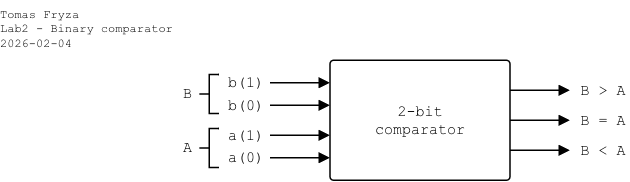
tomas-fryza/verilog-examples keeps this draw.io diagram as lab2-comparator/images/two-bit-comparator.png. Above is the earlier version. Source tidied: cells renumbered, new cells last; positions are measured from the earlier drawing's top-left corner, leaving out a move shared by most shapes. Source of this version:
```xml
<mxGraphModel>
  <root>
    <mxCell id="0" />
    <mxCell id="1" parent="0" />
    <mxCell id="2" style="strokeWidth=1;html=1;shape=mxgraph.flowchart.annotation_2;align=left;labelPosition=right;fontSize=10;fontFamily=Courier New;" parent="1" vertex="1">
      <mxGeometry x="133" y="49.5" width="13" height="26" as="geometry" />
    </mxCell>
    <mxCell id="3" value="&lt;div&gt;2-bit&lt;/div&gt;&lt;div&gt;comparator&lt;br&gt;&lt;/div&gt;" style="rounded=1;arcSize=3;whiteSpace=wrap;html=1;align=center;verticalAlign=middle;fontFamily=Courier New;absoluteArcSize=0;fillColor=none;fontSize=10;spacingLeft=0;imageHeight=24;spacing=0;" parent="1" vertex="1">
      <mxGeometry x="220" y="40" width="120" height="80" as="geometry" />
    </mxCell>
    <mxCell id="4" value="b(1)" style="text;html=1;align=left;verticalAlign=middle;whiteSpace=wrap;rounded=0;fontFamily=Courier New;fontSize=10;fillOpacity=100;spacing=2;spacingLeft=0;" parent="1" vertex="1">
      <mxGeometry x="150" y="45" width="30" height="20" as="geometry" />
    </mxCell>
    <mxCell id="5" style="endArrow=block;html=1;rounded=0;endFill=1;orthogonal=1;endSize=5;startSize=5;" parent="1" edge="1">
      <mxGeometry relative="1" as="geometry">
        <mxPoint x="340" y="80" as="sourcePoint" />
        <mxPoint x="380" y="80" as="targetPoint" />
      </mxGeometry>
    </mxCell>
    <mxCell id="6" value="B = A" style="text;html=1;align=left;verticalAlign=middle;whiteSpace=wrap;rounded=0;fontFamily=Courier New;fontSize=10;fillOpacity=100;spacing=2;spacingLeft=5;" parent="1" vertex="1">
      <mxGeometry x="380" y="70" width="40" height="20" as="geometry" />
    </mxCell>
    <mxCell id="7" style="endArrow=block;html=1;rounded=0;endFill=1;endSize=5;startSize=5;" parent="1" edge="1">
      <mxGeometry relative="1" as="geometry">
        <mxPoint x="180" y="90" as="sourcePoint" />
        <mxPoint x="220" y="90" as="targetPoint" />
      </mxGeometry>
    </mxCell>
    <mxCell id="8" style="endArrow=block;html=1;rounded=0;endFill=1;endSize=5;startSize=5;" parent="1" edge="1">
      <mxGeometry relative="1" as="geometry">
        <mxPoint x="180" y="55" as="sourcePoint" />
        <mxPoint x="220" y="55" as="targetPoint" />
      </mxGeometry>
    </mxCell>
    <mxCell id="9" style="endArrow=block;html=1;rounded=0;endFill=1;endSize=5;startSize=5;" parent="1" edge="1">
      <mxGeometry relative="1" as="geometry">
        <mxPoint x="180" y="70" as="sourcePoint" />
        <mxPoint x="220" y="70" as="targetPoint" />
      </mxGeometry>
    </mxCell>
    <mxCell id="10" style="endArrow=block;html=1;rounded=0;endFill=1;endSize=5;startSize=5;" parent="1" edge="1">
      <mxGeometry relative="1" as="geometry">
        <mxPoint x="180" y="105" as="sourcePoint" />
        <mxPoint x="220" y="105" as="targetPoint" />
      </mxGeometry>
    </mxCell>
    <mxCell id="11" style="endArrow=block;html=1;rounded=0;endFill=1;orthogonal=1;endSize=5;startSize=5;" parent="1" edge="1">
      <mxGeometry relative="1" as="geometry">
        <mxPoint x="340" y="60" as="sourcePoint" />
        <mxPoint x="380" y="60" as="targetPoint" />
      </mxGeometry>
    </mxCell>
    <mxCell id="12" style="endArrow=block;html=1;rounded=0;endFill=1;orthogonal=1;endSize=5;startSize=5;" parent="1" edge="1">
      <mxGeometry relative="1" as="geometry">
        <mxPoint x="340" y="100" as="sourcePoint" />
        <mxPoint x="380" y="100" as="targetPoint" />
      </mxGeometry>
    </mxCell>
    <mxCell id="13" value="b(0)" style="text;html=1;align=left;verticalAlign=middle;whiteSpace=wrap;rounded=0;fontFamily=Courier New;fontSize=10;fillOpacity=100;spacing=2;spacingLeft=0;" parent="1" vertex="1">
      <mxGeometry x="150" y="60" width="30" height="20" as="geometry" />
    </mxCell>
    <mxCell id="14" value="a(1)" style="text;html=1;align=left;verticalAlign=middle;whiteSpace=wrap;rounded=0;fontFamily=Courier New;fontSize=10;fillOpacity=100;spacing=2;spacingLeft=0;" parent="1" vertex="1">
      <mxGeometry x="150" y="80" width="30" height="20" as="geometry" />
    </mxCell>
    <mxCell id="15" value="a(0)" style="text;html=1;align=left;verticalAlign=middle;whiteSpace=wrap;rounded=0;fontFamily=Courier New;fontSize=10;fillOpacity=100;spacing=2;spacingLeft=0;" parent="1" vertex="1">
      <mxGeometry x="150" y="95" width="30" height="20" as="geometry" />
    </mxCell>
    <mxCell id="16" value="B &amp;lt; A" style="text;html=1;align=left;verticalAlign=middle;whiteSpace=wrap;rounded=0;fontFamily=Courier New;fontSize=10;fillOpacity=100;spacing=2;spacingLeft=5;" parent="1" vertex="1">
      <mxGeometry x="380" y="90" width="40" height="20" as="geometry" />
    </mxCell>
    <mxCell id="17" value="B &amp;gt; A" style="text;html=1;align=left;verticalAlign=middle;whiteSpace=wrap;rounded=0;fontFamily=Courier New;fontSize=10;fillOpacity=100;spacing=2;spacingLeft=5;" parent="1" vertex="1">
      <mxGeometry x="380" y="50" width="40" height="20" as="geometry" />
    </mxCell>
    <mxCell id="18" value="B" style="text;html=1;align=left;verticalAlign=middle;whiteSpace=wrap;rounded=0;fontFamily=Courier New;fontSize=10;fillOpacity=100;spacing=2;spacingLeft=0;" parent="1" vertex="1">
      <mxGeometry x="120" y="52" width="20" height="20" as="geometry" />
    </mxCell>
    <mxCell id="19" style="strokeWidth=1;html=1;shape=mxgraph.flowchart.annotation_2;align=left;labelPosition=right;fontSize=10;fontFamily=Courier New;" parent="1" vertex="1">
      <mxGeometry x="133" y="85.5" width="13" height="26" as="geometry" />
    </mxCell>
    <mxCell id="20" value="A" style="text;html=1;align=left;verticalAlign=middle;whiteSpace=wrap;rounded=0;fontFamily=Courier New;fontSize=10;fillOpacity=100;spacing=2;spacingLeft=0;" parent="1" vertex="1">
      <mxGeometry x="120" y="88" width="20" height="20" as="geometry" />
    </mxCell>
    <mxCell id="21" value="&lt;div&gt;Tomas Fryza&lt;/div&gt;&lt;div&gt;Lab2 - Binary comparator&lt;/div&gt;&lt;div&gt;2026-02-04&lt;/div&gt;" style="text;html=1;align=left;verticalAlign=top;whiteSpace=wrap;rounded=0;fontFamily=Courier New;fontSize=8;fillOpacity=100;spacing=0;spacingLeft=0;" parent="1" vertex="1">
      <mxGeometry width="170" height="40" as="geometry" />
    </mxCell>
  </root>
</mxGraphModel>
```
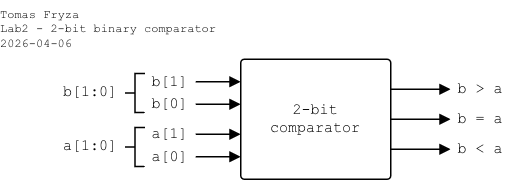
The same diagram one commit later.

The edit, as a diff of the source:
```diff
@@ -3,85 +3,85 @@
     <mxCell id="0" />
     <mxCell id="1" parent="0" />
     <mxCell id="2" style="strokeWidth=1;html=1;shape=mxgraph.flowchart.annotation_2;align=left;labelPosition=right;fontSize=10;fontFamily=Courier New;" parent="1" vertex="1">
-      <mxGeometry x="133" y="49.5" width="13" height="26" as="geometry" />
+      <mxGeometry x="-237" y="-1071.5" width="13" height="26" as="geometry" />
     </mxCell>
     <mxCell id="3" value="&lt;div&gt;2-bit&lt;/div&gt;&lt;div&gt;comparator&lt;br&gt;&lt;/div&gt;" style="rounded=1;arcSize=3;whiteSpace=wrap;html=1;align=center;verticalAlign=middle;fontFamily=Courier New;absoluteArcSize=0;fillColor=none;fontSize=10;spacingLeft=0;imageHeight=24;spacing=0;" parent="1" vertex="1">
-      <mxGeometry x="220" y="40" width="120" height="80" as="geometry" />
+      <mxGeometry x="-160" y="-1081" width="100" height="80" as="geometry" />
     </mxCell>
-    <mxCell id="4" value="b(1)" style="text;html=1;align=left;verticalAlign=middle;whiteSpace=wrap;rounded=0;fontFamily=Courier New;fontSize=10;fillOpacity=100;spacing=2;spacingLeft=0;" parent="1" vertex="1">
-      <mxGeometry x="150" y="45" width="30" height="20" as="geometry" />
+    <mxCell id="4" value="b[1]" style="text;html=1;align=right;verticalAlign=middle;whiteSpace=wrap;rounded=0;fontFamily=Courier New;fontSize=10;fillOpacity=100;spacing=0;spacingLeft=0;spacingRight=5;" parent="1" vertex="1">
+      <mxGeometry x="-220" y="-1076" width="30" height="20" as="geometry" />
     </mxCell>
     <mxCell id="5" style="endArrow=block;html=1;rounded=0;endFill=1;orthogonal=1;endSize=5;startSize=5;" parent="1" edge="1">
       <mxGeometry relative="1" as="geometry">
-        <mxPoint x="340" y="80" as="sourcePoint" />
-        <mxPoint x="380" y="80" as="targetPoint" />
+        <mxPoint x="-60" y="-1041" as="sourcePoint" />
+        <mxPoint x="-20" y="-1041" as="targetPoint" />
       </mxGeometry>
     </mxCell>
-    <mxCell id="6" value="B = A" style="text;html=1;align=left;verticalAlign=middle;whiteSpace=wrap;rounded=0;fontFamily=Courier New;fontSize=10;fillOpacity=100;spacing=2;spacingLeft=5;" parent="1" vertex="1">
-      <mxGeometry x="380" y="70" width="40" height="20" as="geometry" />
+    <mxCell id="6" value="b = a" style="text;html=1;align=left;verticalAlign=middle;whiteSpace=wrap;rounded=0;fontFamily=Courier New;fontSize=10;fillOpacity=100;spacing=0;spacingLeft=5;" parent="1" vertex="1">
+      <mxGeometry x="-20" y="-1051" width="40" height="20" as="geometry" />
     </mxCell>
     <mxCell id="7" style="endArrow=block;html=1;rounded=0;endFill=1;endSize=5;startSize=5;" parent="1" edge="1">
       <mxGeometry relative="1" as="geometry">
-        <mxPoint x="180" y="90" as="sourcePoint" />
-        <mxPoint x="220" y="90" as="targetPoint" />
+        <mxPoint x="-190" y="-1031" as="sourcePoint" />
+        <mxPoint x="-160" y="-1031" as="targetPoint" />
       </mxGeometry>
     </mxCell>
     <mxCell id="8" style="endArrow=block;html=1;rounded=0;endFill=1;endSize=5;startSize=5;" parent="1" edge="1">
       <mxGeometry relative="1" as="geometry">
-        <mxPoint x="180" y="55" as="sourcePoint" />
-        <mxPoint x="220" y="55" as="targetPoint" />
+        <mxPoint x="-190" y="-1066" as="sourcePoint" />
+        <mxPoint x="-160" y="-1066" as="targetPoint" />
       </mxGeometry>
     </mxCell>
     <mxCell id="9" style="endArrow=block;html=1;rounded=0;endFill=1;endSize=5;startSize=5;" parent="1" edge="1">
       <mxGeometry relative="1" as="geometry">
-        <mxPoint x="180" y="70" as="sourcePoint" />
-        <mxPoint x="220" y="70" as="targetPoint" />
+        <mxPoint x="-190" y="-1051" as="sourcePoint" />
+        <mxPoint x="-160" y="-1051" as="targetPoint" />
       </mxGeometry>
     </mxCell>
     <mxCell id="10" style="endArrow=block;html=1;rounded=0;endFill=1;endSize=5;startSize=5;" parent="1" edge="1">
       <mxGeometry relative="1" as="geometry">
-        <mxPoint x="180" y="105" as="sourcePoint" />
-        <mxPoint x="220" y="105" as="targetPoint" />
+        <mxPoint x="-190" y="-1016" as="sourcePoint" />
+        <mxPoint x="-160" y="-1016" as="targetPoint" />
       </mxGeometry>
     </mxCell>
     <mxCell id="11" style="endArrow=block;html=1;rounded=0;endFill=1;orthogonal=1;endSize=5;startSize=5;" parent="1" edge="1">
       <mxGeometry relative="1" as="geometry">
-        <mxPoint x="340" y="60" as="sourcePoint" />
-        <mxPoint x="380" y="60" as="targetPoint" />
+        <mxPoint x="-60" y="-1061" as="sourcePoint" />
+        <mxPoint x="-20" y="-1061" as="targetPoint" />
       </mxGeometry>
     </mxCell>
     <mxCell id="12" style="endArrow=block;html=1;rounded=0;endFill=1;orthogonal=1;endSize=5;startSize=5;" parent="1" edge="1">
       <mxGeometry relative="1" as="geometry">
-        <mxPoint x="340" y="100" as="sourcePoint" />
-        <mxPoint x="380" y="100" as="targetPoint" />
+        <mxPoint x="-60" y="-1021" as="sourcePoint" />
+        <mxPoint x="-20" y="-1021" as="targetPoint" />
       </mxGeometry>
     </mxCell>
-    <mxCell id="13" value="b(0)" style="text;html=1;align=left;verticalAlign=middle;whiteSpace=wrap;rounded=0;fontFamily=Courier New;fontSize=10;fillOpacity=100;spacing=2;spacingLeft=0;" parent="1" vertex="1">
-      <mxGeometry x="150" y="60" width="30" height="20" as="geometry" />
+    <mxCell id="13" value="b[0]" style="text;html=1;align=right;verticalAlign=middle;whiteSpace=wrap;rounded=0;fontFamily=Courier New;fontSize=10;fillOpacity=100;spacing=0;spacingLeft=0;spacingRight=5;" parent="1" vertex="1">
+      <mxGeometry x="-220" y="-1061" width="30" height="20" as="geometry" />
     </mxCell>
-    <mxCell id="14" value="a(1)" style="text;html=1;align=left;verticalAlign=middle;whiteSpace=wrap;rounded=0;fontFamily=Courier New;fontSize=10;fillOpacity=100;spacing=2;spacingLeft=0;" parent="1" vertex="1">
-      <mxGeometry x="150" y="80" width="30" height="20" as="geometry" />
+    <mxCell id="14" value="a[1]" style="text;html=1;align=right;verticalAlign=middle;whiteSpace=wrap;rounded=0;fontFamily=Courier New;fontSize=10;fillOpacity=100;spacing=0;spacingLeft=0;spacingRight=5;" parent="1" vertex="1">
+      <mxGeometry x="-220" y="-1041" width="30" height="20" as="geometry" />
     </mxCell>
-    <mxCell id="15" value="a(0)" style="text;html=1;align=left;verticalAlign=middle;whiteSpace=wrap;rounded=0;fontFamily=Courier New;fontSize=10;fillOpacity=100;spacing=2;spacingLeft=0;" parent="1" vertex="1">
-      <mxGeometry x="150" y="95" width="30" height="20" as="geometry" />
+    <mxCell id="15" value="a[0]" style="text;html=1;align=right;verticalAlign=middle;whiteSpace=wrap;rounded=0;fontFamily=Courier New;fontSize=10;fillOpacity=100;spacing=0;spacingLeft=0;spacingRight=5;" parent="1" vertex="1">
+      <mxGeometry x="-220" y="-1026" width="30" height="20" as="geometry" />
     </mxCell>
-    <mxCell id="16" value="B &amp;lt; A" style="text;html=1;align=left;verticalAlign=middle;whiteSpace=wrap;rounded=0;fontFamily=Courier New;fontSize=10;fillOpacity=100;spacing=2;spacingLeft=5;" parent="1" vertex="1">
-      <mxGeometry x="380" y="90" width="40" height="20" as="geometry" />
+    <mxCell id="16" value="b &amp;lt; a" style="text;html=1;align=left;verticalAlign=middle;whiteSpace=wrap;rounded=0;fontFamily=Courier New;fontSize=10;fillOpacity=100;spacing=0;spacingLeft=5;" parent="1" vertex="1">
+      <mxGeometry x="-20" y="-1031" width="40" height="20" as="geometry" />
     </mxCell>
-    <mxCell id="17" value="B &amp;gt; A" style="text;html=1;align=left;verticalAlign=middle;whiteSpace=wrap;rounded=0;fontFamily=Courier New;fontSize=10;fillOpacity=100;spacing=2;spacingLeft=5;" parent="1" vertex="1">
-      <mxGeometry x="380" y="50" width="40" height="20" as="geometry" />
+    <mxCell id="17" value="b &amp;gt; a" style="text;html=1;align=left;verticalAlign=middle;whiteSpace=wrap;rounded=0;fontFamily=Courier New;fontSize=10;fillOpacity=100;spacing=0;spacingLeft=5;" parent="1" vertex="1">
+      <mxGeometry x="-20" y="-1071" width="40" height="20" as="geometry" />
     </mxCell>
-    <mxCell id="18" value="B" style="text;html=1;align=left;verticalAlign=middle;whiteSpace=wrap;rounded=0;fontFamily=Courier New;fontSize=10;fillOpacity=100;spacing=2;spacingLeft=0;" parent="1" vertex="1">
-      <mxGeometry x="120" y="52" width="20" height="20" as="geometry" />
+    <mxCell id="18" value="b[1:0]" style="text;html=1;align=right;verticalAlign=middle;whiteSpace=wrap;rounded=0;fontFamily=Courier New;fontSize=10;fillOpacity=100;spacing=0;spacingLeft=0;spacingRight=5;" parent="1" vertex="1">
+      <mxGeometry x="-280" y="-1069" width="43" height="20" as="geometry" />
     </mxCell>
     <mxCell id="19" style="strokeWidth=1;html=1;shape=mxgraph.flowchart.annotation_2;align=left;labelPosition=right;fontSize=10;fontFamily=Courier New;" parent="1" vertex="1">
-      <mxGeometry x="133" y="85.5" width="13" height="26" as="geometry" />
+      <mxGeometry x="-237" y="-1035.5" width="13" height="26" as="geometry" />
     </mxCell>
-    <mxCell id="20" value="A" style="text;html=1;align=left;verticalAlign=middle;whiteSpace=wrap;rounded=0;fontFamily=Courier New;fontSize=10;fillOpacity=100;spacing=2;spacingLeft=0;" parent="1" vertex="1">
-      <mxGeometry x="120" y="88" width="20" height="20" as="geometry" />
+    <mxCell id="20" value="a[1:0]" style="text;html=1;align=right;verticalAlign=middle;whiteSpace=wrap;rounded=0;fontFamily=Courier New;fontSize=10;fillOpacity=100;spacing=0;spacingLeft=0;spacingRight=5;" parent="1" vertex="1">
+      <mxGeometry x="-280" y="-1033" width="43" height="20" as="geometry" />
     </mxCell>
-    <mxCell id="21" value="&lt;div&gt;Tomas Fryza&lt;/div&gt;&lt;div&gt;Lab2 - Binary comparator&lt;/div&gt;&lt;div&gt;2026-02-04&lt;/div&gt;" style="text;html=1;align=left;verticalAlign=top;whiteSpace=wrap;rounded=0;fontFamily=Courier New;fontSize=8;fillOpacity=100;spacing=0;spacingLeft=0;" parent="1" vertex="1">
-      <mxGeometry width="170" height="40" as="geometry" />
+    <mxCell id="21" value="&lt;div&gt;Tomas Fryza&lt;/div&gt;&lt;div&gt;Lab2 - 2-bit binary comparator&lt;/div&gt;&lt;div&gt;2026-04-06&lt;/div&gt;" style="text;html=1;align=left;verticalAlign=top;whiteSpace=wrap;rounded=0;fontFamily=Courier New;fontSize=8;fillOpacity=100;spacing=0;spacingLeft=0;" parent="1" vertex="1">
+      <mxGeometry x="-320" y="-1120" width="170" height="40" as="geometry" />
     </mxCell>
   </root>
 </mxGraphModel>
```
